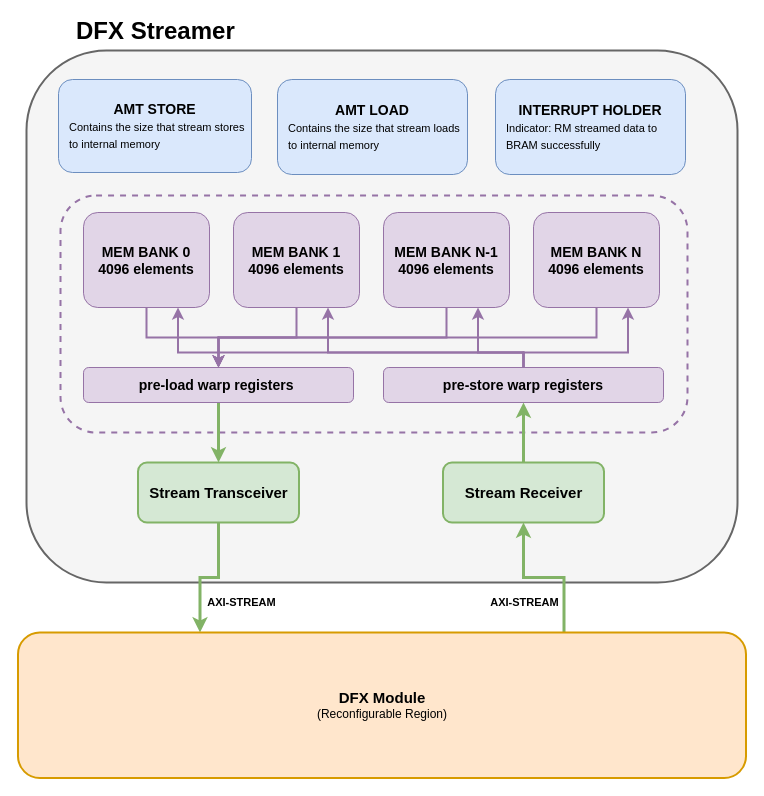
The draw.io diagram page "DFX Streamer 2" (15 of 18) of doc/tech_report/images/DFX4ML.drawio in Tanawin1701d/dfx4ml_infra, before the edit. Source tidied: cells renumbered, new cells numbered last; positions are measured from the earlier drawing's top-left corner, leaving out a move shared by most shapes. Both pictures are drawn from the tidied source at 100%, with x=0, y=0 at pixel (17, 17).
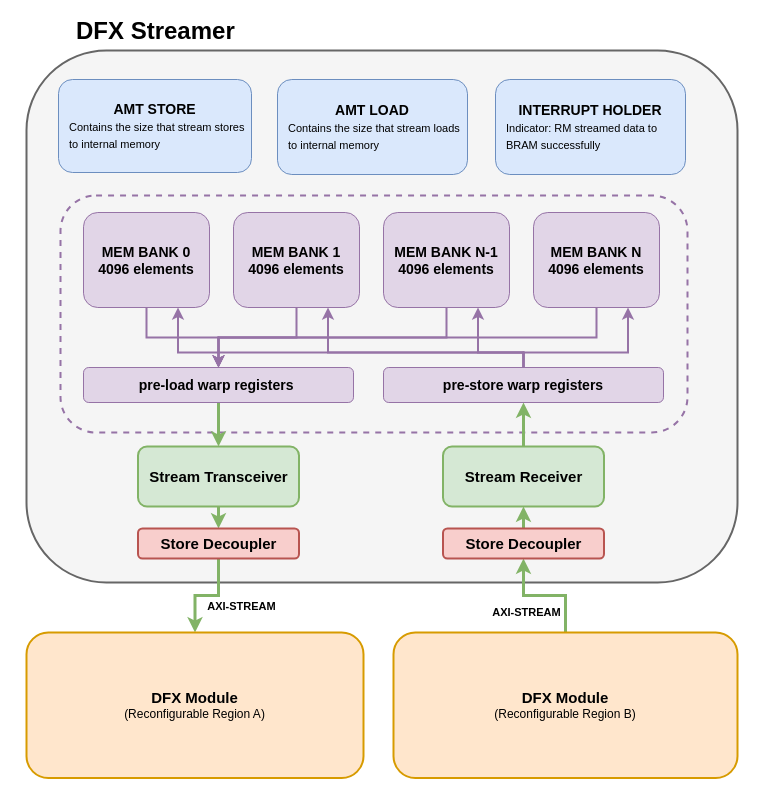
The same diagram, later.

Commit message (it also covers changes not shown here):
[docs][update] update: add multirow package, DFX decoupler next-gen section, and refactor HwBuildHelper params

The edit, as a diff of the source:
```diff
@@
-    <mxCell id="8" style="edgeStyle=orthogonalEdgeStyle;rounded=0;jettySize=auto;html=1;exitX=0.5;exitY=1;exitDx=0;exitDy=0;fillColor=#d5e8d4;strokeColor=#82b366;entryX=0.25;entryY=0;entryDx=0;entryDy=0;strokeWidth=3;" parent="1" edge="1" source="10" target="13">
+    <mxCell id="8" style="edgeStyle=orthogonalEdgeStyle;rounded=0;jettySize=auto;html=1;fillColor=#d5e8d4;strokeColor=#82b366;entryX=0.5;entryY=0;entryDx=0;entryDy=0;strokeWidth=3;exitX=0.5;exitY=1;exitDx=0;exitDy=0;" parent="1" edge="1" source="34" target="13">
       <mxGeometry relative="1" as="geometry" />
     </mxCell>
     <mxCell id="9" value="&lt;b&gt;AXI-STREAM&lt;/b&gt;" style="edgeLabel;html=1;align=center;verticalAlign=middle;labelBackgroundColor=none;" parent="8" vertex="1">
       <mxGeometry x="0.34" y="2" relative="1" as="geometry">
-        <mxPoint x="39" y="12" as="offset" />
+        <mxPoint x="44" y="6" as="offset" />
       </mxGeometry>
     </mxCell>
     <mxCell id="10" value="&lt;b style=&quot;font-size:15px;&quot;&gt;Stream Transceiver&lt;/b&gt;" style="rounded=1;whiteSpace=wrap;html=1;fillColor=#d5e8d4;strokeColor=#82b366;strokeWidth=2;" parent="1" vertex="1">
-      <mxGeometry x="120.5" y="445" width="161" height="60" as="geometry" />
+      <mxGeometry x="120.5" y="429" width="161" height="60" as="geometry" />
     </mxCell>
-    <mxCell id="11" style="edgeStyle=orthogonalEdgeStyle;rounded=0;jettySize=auto;html=1;entryX=0.5;entryY=1;entryDx=0;entryDy=0;fillColor=#d5e8d4;strokeColor=#82b366;exitX=0.75;exitY=0;exitDx=0;exitDy=0;strokeWidth=3;" parent="1" edge="1" source="13" target="14">
+    <mxCell id="11" style="edgeStyle=orthogonalEdgeStyle;rounded=0;jettySize=auto;html=1;fillColor=#d5e8d4;strokeColor=#82b366;strokeWidth=3;entryX=0.5;entryY=1;entryDx=0;entryDy=0;exitX=0.5;exitY=0;exitDx=0;exitDy=0;" parent="1" edge="1" source="35" target="32">
       <mxGeometry relative="1" as="geometry" />
     </mxCell>
@@
-    <mxCell id="13" value="&lt;b style=&quot;font-size:15px;&quot;&gt;DFX Module&lt;/b&gt;&lt;br&gt;&lt;span style=&quot;font-size:12px;&quot;&gt;(Reconfigurable Region)&lt;/span&gt;" style="rounded=1;whiteSpace=wrap;html=1;fillColor=#ffe6cc;strokeColor=#d79b00;strokeWidth=2;" parent="1" vertex="1">
-      <mxGeometry x="0.5" y="615" width="728" height="145.5" as="geometry" />
+    <mxCell id="13" value="&lt;b style=&quot;font-size:15px;&quot;&gt;DFX Module&lt;/b&gt;&lt;br&gt;&lt;span style=&quot;font-size:12px;&quot;&gt;(Reconfigurable Region A)&lt;/span&gt;" style="rounded=1;whiteSpace=wrap;html=1;fillColor=#ffe6cc;strokeColor=#d79b00;strokeWidth=2;" parent="1" vertex="1">
+      <mxGeometry x="9" y="615" width="337" height="145.5" as="geometry" />
     </mxCell>
     <mxCell id="14" value="&lt;b style=&quot;font-size:15px;&quot;&gt;Stream Receiver&lt;/b&gt;" style="rounded=1;whiteSpace=wrap;html=1;fillColor=#d5e8d4;strokeColor=#82b366;strokeWidth=2;" parent="1" vertex="1">
-      <mxGeometry x="425.5" y="445" width="161" height="60" as="geometry" />
+      <mxGeometry x="425.5" y="429" width="161" height="60" as="geometry" />
     </mxCell>
@@
+    <mxCell id="31" style="edgeStyle=orthogonalEdgeStyle;rounded=0;jettySize=auto;html=1;exitX=0.5;exitY=0;exitDx=0;exitDy=0;entryX=0.5;entryY=1;entryDx=0;entryDy=0;strokeWidth=3;strokeColor=#82B366;" parent="1" edge="1" source="32" target="14">
+      <mxGeometry relative="1" as="geometry" />
+    </mxCell>
+    <mxCell id="32" value="&lt;b style=&quot;font-size:15px;&quot;&gt;Store Decoupler&lt;/b&gt;" style="rounded=1;whiteSpace=wrap;html=1;fillColor=#f8cecc;strokeColor=#b85450;strokeWidth=2;" parent="1" vertex="1">
+      <mxGeometry x="425.5" y="511" width="161" height="30" as="geometry" />
+    </mxCell>
+    <mxCell id="33" style="edgeStyle=orthogonalEdgeStyle;rounded=0;jettySize=auto;html=1;exitX=0.5;exitY=0;exitDx=0;exitDy=0;entryX=0.5;entryY=1;entryDx=0;entryDy=0;fillColor=#d5e8d4;strokeColor=#82b366;strokeWidth=3;startArrow=classic;startFill=1;endArrow=none;endFill=0;" parent="1" edge="1" source="34" target="10">
+      <mxGeometry relative="1" as="geometry" />
+    </mxCell>
+    <mxCell id="34" value="&lt;b style=&quot;font-size:15px;&quot;&gt;Store Decoupler&lt;/b&gt;" style="rounded=1;whiteSpace=wrap;html=1;fillColor=#f8cecc;strokeColor=#b85450;strokeWidth=2;" parent="1" vertex="1">
+      <mxGeometry x="120.5" y="511" width="161" height="30" as="geometry" />
+    </mxCell>
+    <mxCell id="35" value="&lt;b style=&quot;font-size:15px;&quot;&gt;DFX Module&lt;/b&gt;&lt;br&gt;&lt;span style=&quot;font-size:12px;&quot;&gt;(Reconfigurable Region B)&lt;/span&gt;" style="rounded=1;whiteSpace=wrap;html=1;fillColor=#ffe6cc;strokeColor=#d79b00;strokeWidth=2;" parent="1" vertex="1">
+      <mxGeometry x="376" y="615" width="344" height="145.5" as="geometry" />
+    </mxCell>
```
